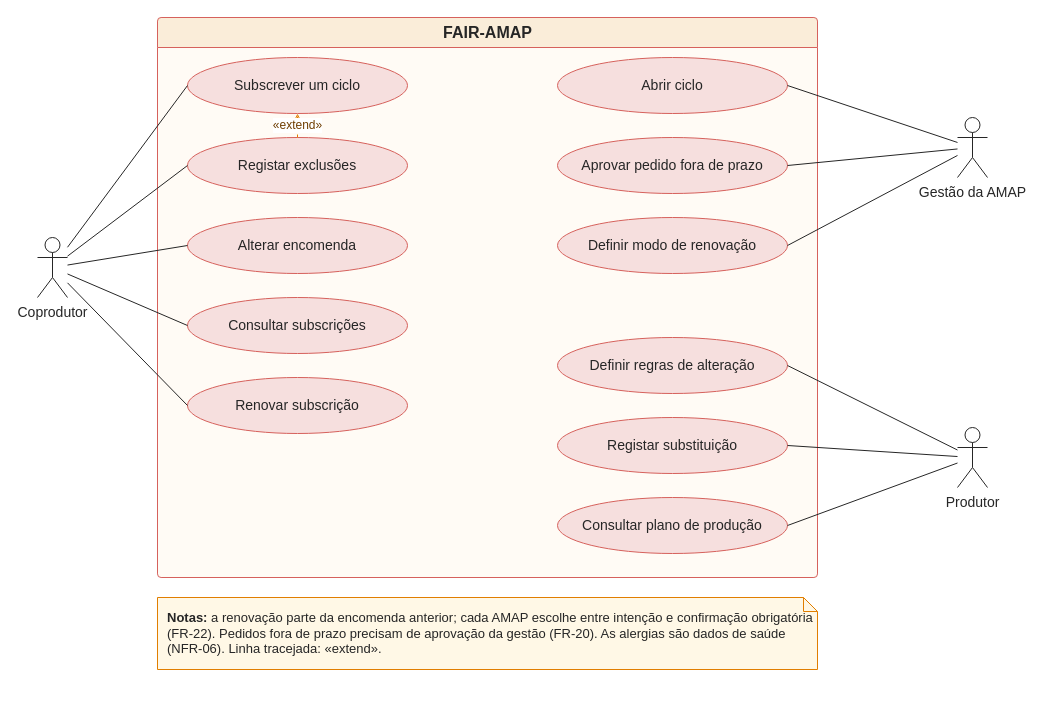
Above: docs/requisitos/diagramas/casos_uso/CasosUsoRF03PT.drawio in BrunoAlvees/engreq_2627_G02 (draw.io), before the change. Source tidied: cells renumbered, new cells numbered last; positions are measured from the earlier drawing's top-left corner, leaving out a move shared by most shapes. Both pictures are drawn from the tidied source at 100%, with x=0, y=0 at pixel (37, 17).
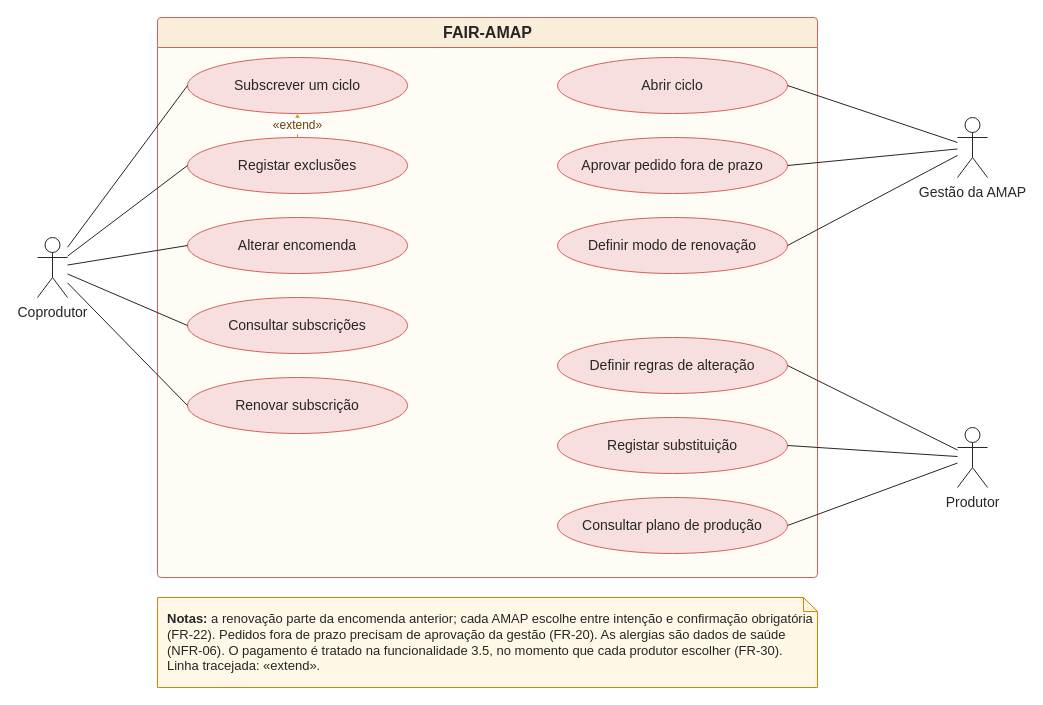
After the change.

Commit message (it also covers changes not shown here):
Add use case diagrams and acceptance criteria for cycles and subscriptions feature

The edit, as a diff of the source:
```diff
@@
-    <mxCell id="29" value="&lt;b&gt;Notas:&lt;/b&gt; a renovação parte da encomenda anterior; cada AMAP escolhe entre intenção e confirmação obrigatória (FR-22). Pedidos fora de prazo precisam de aprovação da gestão (FR-20). As alergias são dados de saúde (NFR-06). Linha tracejada: «extend»." style="shape=note;whiteSpace=wrap;html=1;size=14;fontSize=13;fillColor=#FFF8E6;strokeColor=#E17E00;fontColor=#262626;align=left;spacingLeft=8;" parent="1" vertex="1">
-      <mxGeometry x="120" y="580" width="660" height="72" as="geometry" />
+    <mxCell id="29" value="&lt;b&gt;Notas:&lt;/b&gt; a renovação parte da encomenda anterior; cada AMAP escolhe entre intenção e confirmação obrigatória (FR-22). Pedidos fora de prazo precisam de aprovação da gestão (FR-20). As alergias são dados de saúde (NFR-06). O pagamento é tratado na funcionalidade 3.5, no momento que cada produtor escolher (FR-30). Linha tracejada: «extend»." style="shape=note;whiteSpace=wrap;html=1;size=14;fontSize=13;fillColor=#FFF8E6;strokeColor=#E17E00;fontColor=#262626;align=left;spacingLeft=8;" parent="1" vertex="1">
+      <mxGeometry x="120" y="580" width="660" height="90" as="geometry" />
     </mxCell>
```
